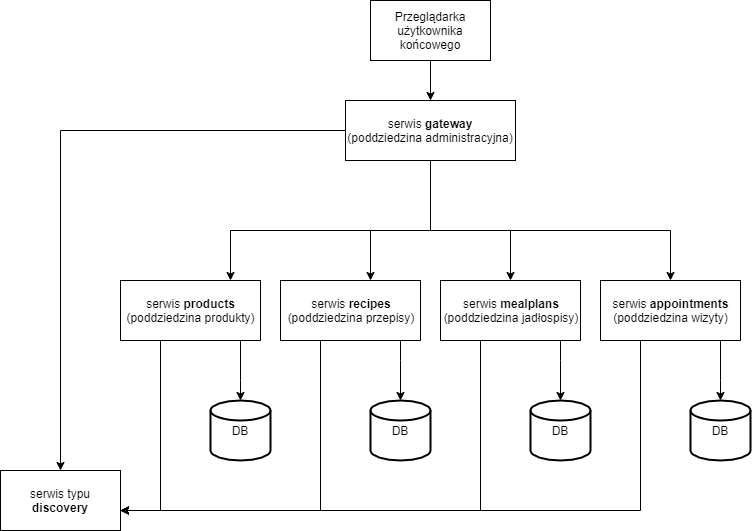
This is documentation/latex/img/podstawowa-architektura.png from kp-marczynski/dietify, a draw.io export, as it was before one commit. Source tidied: cells renumbered, new cells last; positions are measured from the earlier drawing's top-left corner, leaving out a move shared by most shapes.
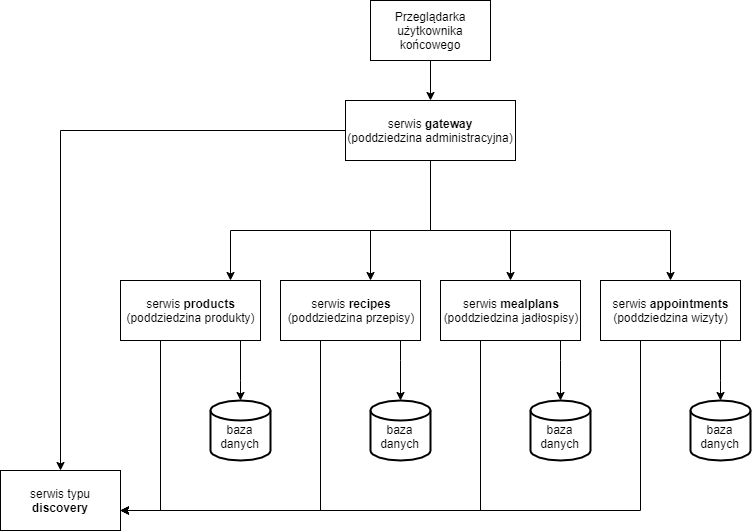
Above is the later version.

The edit, as a diff of the source:
```diff
@@ -121,16 +121,16 @@
     <mxCell id="22" value="serwis &lt;b&gt;mealplans&lt;/b&gt;&lt;br&gt;(poddziedzina jadłospisy)" style="rounded=0;whiteSpace=wrap;html=1;" parent="1" vertex="1">
       <mxGeometry x="440" y="280" width="140" height="60" as="geometry" />
     </mxCell>
-    <mxCell id="23" value="DB" style="strokeWidth=2;html=1;shape=mxgraph.flowchart.database;whiteSpace=wrap;" parent="1" vertex="1">
+    <mxCell id="23" value="&lt;br&gt;baza danych" style="strokeWidth=2;html=1;shape=mxgraph.flowchart.database;whiteSpace=wrap;" parent="1" vertex="1">
       <mxGeometry x="210" y="400" width="60" height="60" as="geometry" />
     </mxCell>
-    <mxCell id="24" value="DB" style="strokeWidth=2;html=1;shape=mxgraph.flowchart.database;whiteSpace=wrap;" parent="1" vertex="1">
+    <mxCell id="24" value="&lt;br&gt;baza danych" style="strokeWidth=2;html=1;shape=mxgraph.flowchart.database;whiteSpace=wrap;" parent="1" vertex="1">
       <mxGeometry x="370" y="400" width="60" height="60" as="geometry" />
     </mxCell>
-    <mxCell id="25" value="DB" style="strokeWidth=2;html=1;shape=mxgraph.flowchart.database;whiteSpace=wrap;" parent="1" vertex="1">
+    <mxCell id="25" value="&lt;br&gt;baza danych" style="strokeWidth=2;html=1;shape=mxgraph.flowchart.database;whiteSpace=wrap;" parent="1" vertex="1">
       <mxGeometry x="530" y="400" width="60" height="60" as="geometry" />
     </mxCell>
-    <mxCell id="26" value="DB" style="strokeWidth=2;html=1;shape=mxgraph.flowchart.database;whiteSpace=wrap;" parent="1" vertex="1">
+    <mxCell id="26" value="&lt;br&gt;baza danych" style="strokeWidth=2;html=1;shape=mxgraph.flowchart.database;whiteSpace=wrap;" parent="1" vertex="1">
       <mxGeometry x="690" y="400" width="60" height="60" as="geometry" />
     </mxCell>
   </root>
```
